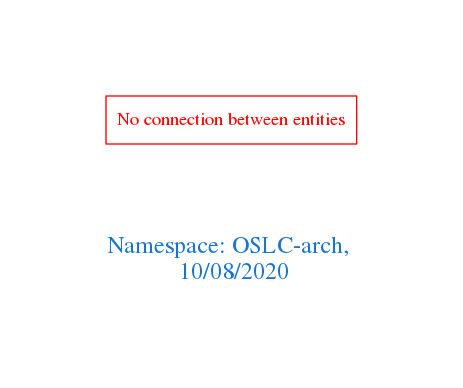
Earlier version of the Graphviz export downloads/OSLC-arch.png (arago/OGIT). Its source is kept beside it as downloads/OSLC-arch.dot.
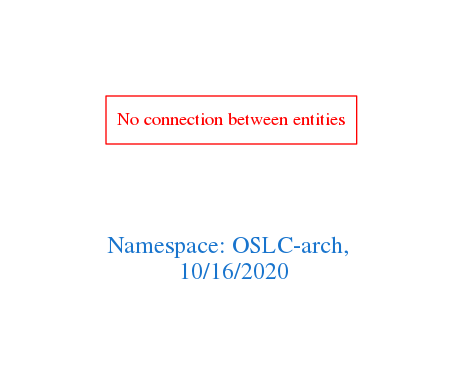
Later version of the same file.

The edit, as a diff of the source:
```diff
@@ -1,7 +1,7 @@
 digraph OGIT_ontology {
  graph [ rankdir= LR,pad=1
 fontsize = 18,
-fontcolor= dodgerblue3,label = "\n\n\nNamespace: OSLC-arch, \n 10/08/2020"];
+fontcolor= dodgerblue3,label = "\n\n\nNamespace: OSLC-arch, \n 10/16/2020"];
 node[shape=polygon];
 edge [  color="gray81"];
 
```
